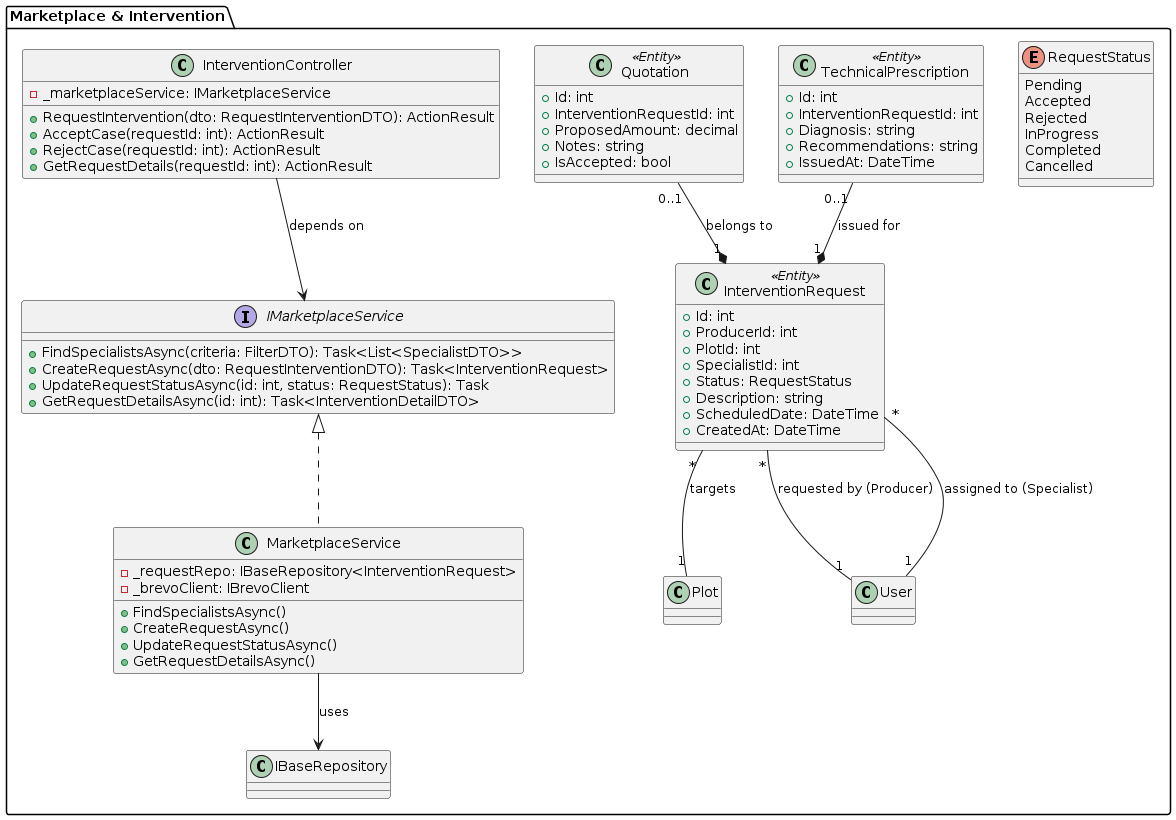
Above: report/assets/class-diagrams/marketplace-and-intervention-component-diagram.png in upc-pre-1asi0730-2610-10215-arcadiadevs/viora-report (PlantUML), before the change. The source it was exported from:
```plantuml
@startuml
package "Marketplace & Intervention" {
    class InterventionController {
        - _marketplaceService: IMarketplaceService
        + RequestIntervention(dto: RequestInterventionDTO): ActionResult
        + AcceptCase(requestId: int): ActionResult
        + RejectCase(requestId: int): ActionResult
        + GetRequestDetails(requestId: int): ActionResult
    }

    interface IMarketplaceService {
        + FindSpecialistsAsync(criteria: FilterDTO): Task<List<SpecialistDTO>>
        + CreateRequestAsync(dto: RequestInterventionDTO): Task<InterventionRequest>
        + UpdateRequestStatusAsync(id: int, status: RequestStatus): Task
        + GetRequestDetailsAsync(id: int): Task<InterventionDetailDTO>
    }

    class MarketplaceService {
        - _requestRepo: IBaseRepository<InterventionRequest>
        - _brevoClient: IBrevoClient
        + FindSpecialistsAsync()
        + CreateRequestAsync()
        + UpdateRequestStatusAsync()
        + GetRequestDetailsAsync()
    }

    class InterventionRequest <<Entity>> {
        + Id: int
        + ProducerId: int
        + PlotId: int
        + SpecialistId: int
        + Status: RequestStatus
        + Description: string
        + ScheduledDate: DateTime
        + CreatedAt: DateTime
    }

    class Quotation <<Entity>> {
        + Id: int
        + InterventionRequestId: int
        + ProposedAmount: decimal
        + Notes: string
        + IsAccepted: bool
    }

    class TechnicalPrescription <<Entity>> {
        + Id: int
        + InterventionRequestId: int
        + Diagnosis: string
        + Recommendations: string
        + IssuedAt: DateTime
    }

    enum RequestStatus {
        Pending
        Accepted
        Rejected
        InProgress
        Completed
        Cancelled
    }

    IMarketplaceService <|.. MarketplaceService
    MarketplaceService --> IBaseRepository : uses
    InterventionController --> IMarketplaceService : depends on
    InterventionRequest "*" -- "1" Plot : targets
    InterventionRequest "*" -- "1" User : requested by (Producer)
    InterventionRequest "*" -- "1" User : assigned to (Specialist)
    Quotation "0..1" --* "1" InterventionRequest : belongs to
    TechnicalPrescription "0..1" --* "1" InterventionRequest : issued for
}
@enduml
```
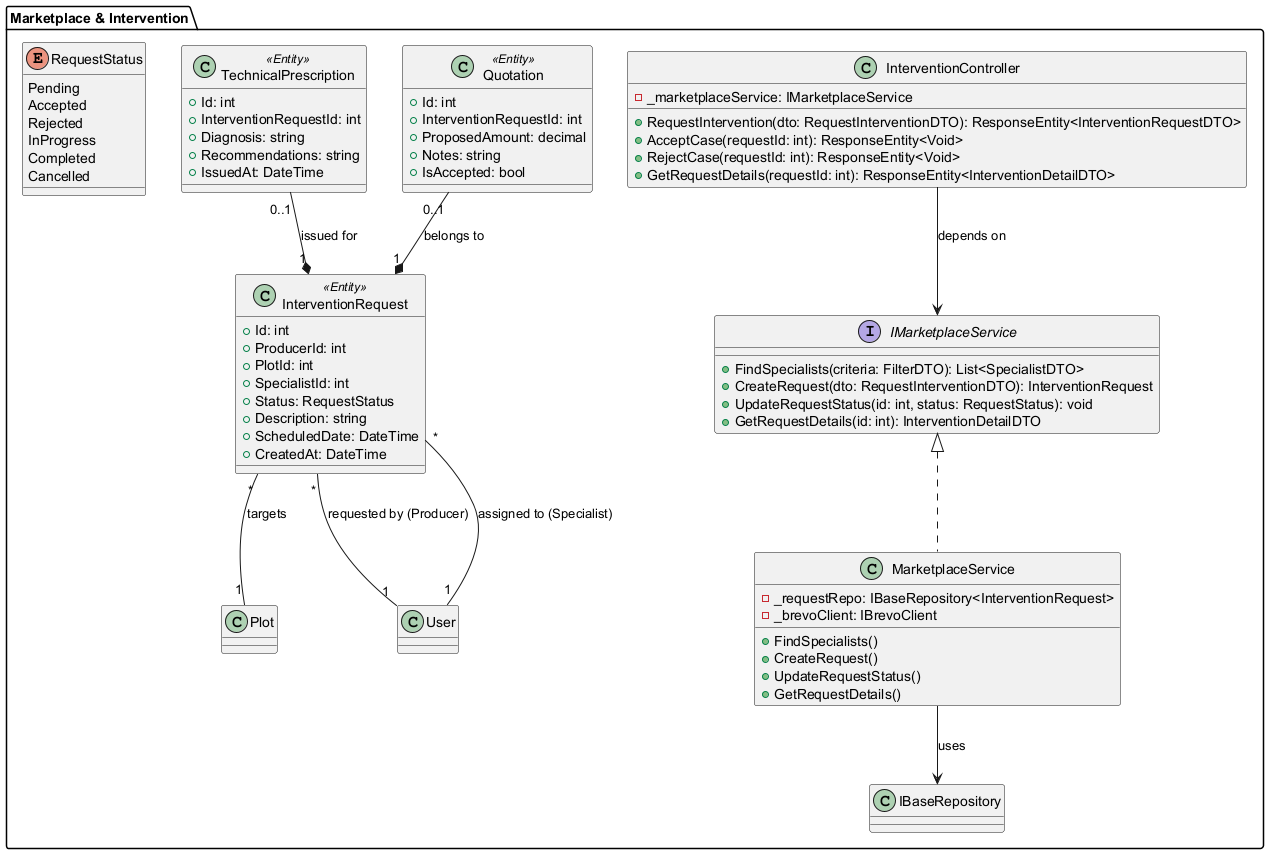
After the commit.

The edit, as a diff of the source:
```diff
@@ -2,26 +2,26 @@
 package "Marketplace & Intervention" {
     class InterventionController {
         - _marketplaceService: IMarketplaceService
-        + RequestIntervention(dto: RequestInterventionDTO): ActionResult
-        + AcceptCase(requestId: int): ActionResult
-        + RejectCase(requestId: int): ActionResult
-        + GetRequestDetails(requestId: int): ActionResult
+        + RequestIntervention(dto: RequestInterventionDTO): ResponseEntity<InterventionRequestDTO>
+        + AcceptCase(requestId: int): ResponseEntity<Void>
+        + RejectCase(requestId: int): ResponseEntity<Void>
+        + GetRequestDetails(requestId: int): ResponseEntity<InterventionDetailDTO>
     }
 
     interface IMarketplaceService {
-        + FindSpecialistsAsync(criteria: FilterDTO): Task<List<SpecialistDTO>>
-        + CreateRequestAsync(dto: RequestInterventionDTO): Task<InterventionRequest>
-        + UpdateRequestStatusAsync(id: int, status: RequestStatus): Task
-        + GetRequestDetailsAsync(id: int): Task<InterventionDetailDTO>
+        + FindSpecialists(criteria: FilterDTO): List<SpecialistDTO>
+        + CreateRequest(dto: RequestInterventionDTO): InterventionRequest
+        + UpdateRequestStatus(id: int, status: RequestStatus): void
+        + GetRequestDetails(id: int): InterventionDetailDTO
     }
 
     class MarketplaceService {
         - _requestRepo: IBaseRepository<InterventionRequest>
         - _brevoClient: IBrevoClient
-        + FindSpecialistsAsync()
-        + CreateRequestAsync()
-        + UpdateRequestStatusAsync()
-        + GetRequestDetailsAsync()
+        + FindSpecialists()
+        + CreateRequest()
+        + UpdateRequestStatus()
+        + GetRequestDetails()
     }
 
     class InterventionRequest <<Entity>> {
```
